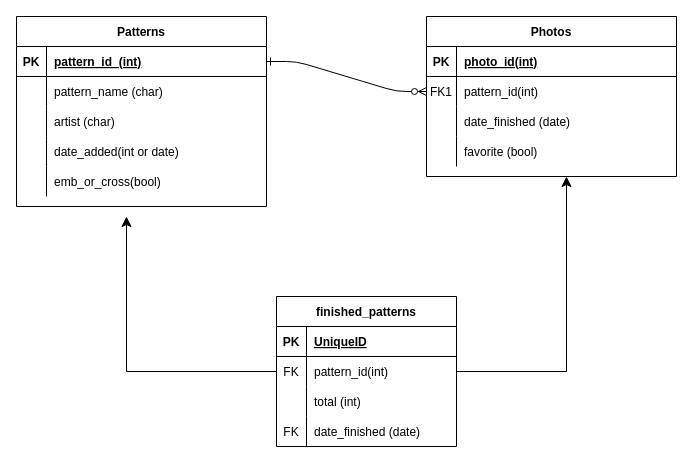
mfgreen42/StitchKeeper_Capstone keeps this draw.io diagram as StitchKeeper.drawio. Above is the earlier version. Source tidied: cells renumbered, new cells numbered last; positions are measured from the earlier drawing's top-left corner, leaving out a move shared by most shapes. Both pictures are drawn from the tidied source at 100%, with x=0, y=0 at pixel (16, 16).
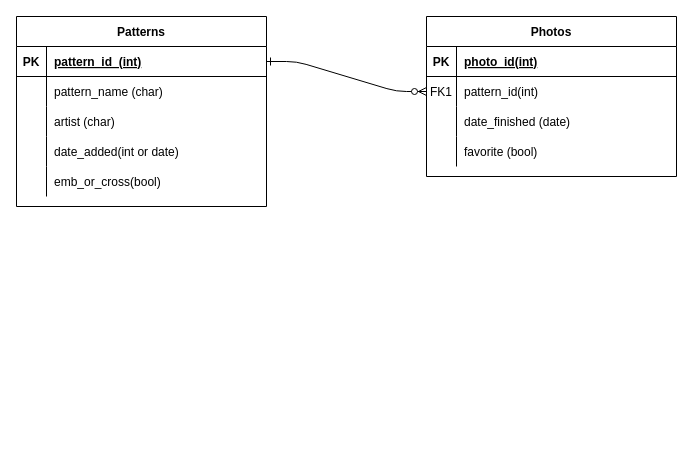
Above is the later version.

Diff of the diagram source:
```diff
@@
-    <mxCell id="32" value="finished_patterns" style="shape=table;startSize=30;childLayout=tableLayout;rowLines=0;fontStyle=1;align=center;" parent="1" vertex="1">
-      <mxGeometry x="260" y="280" width="180" height="150" as="geometry" />
-    </mxCell>
-    <mxCell id="33" style="shape=tableRow;horizontal=0;startSize=0;swimlaneHead=0;swimlaneBody=0;fillColor=none;top=0;left=0;right=0;bottom=1;" parent="32" vertex="1">
-      <mxGeometry y="30" width="180" height="30" as="geometry" />
-    </mxCell>
-    <mxCell id="34" value="PK" style="shape=partialRectangle;fillColor=none;top=0;left=0;bottom=0;right=0;fontStyle=1;overflow=hidden;" parent="33" vertex="1">
-      <mxGeometry width="30" height="30" as="geometry" />
-    </mxCell>
-    <mxCell id="35" value="UniqueID" style="shape=partialRectangle;fillColor=none;top=0;left=0;bottom=0;right=0;align=left;spacingLeft=6;fontStyle=5;overflow=hidden;" parent="33" vertex="1">
-      <mxGeometry x="30" width="150" height="30" as="geometry" />
-    </mxCell>
-    <mxCell id="36" style="shape=tableRow;horizontal=0;startSize=0;swimlaneHead=0;swimlaneBody=0;fillColor=none;points=[[0,0.5],[1,0.5]];portConstraint=eastwest;top=0;left=0;right=0;bottom=0;" parent="32" vertex="1">
-      <mxGeometry y="60" width="180" height="30" as="geometry" />
-    </mxCell>
-    <mxCell id="37" value="FK" style="shape=partialRectangle;fillColor=none;top=0;left=0;bottom=0;right=0;overflow=hidden;" parent="36" vertex="1">
-      <mxGeometry width="30" height="30" as="geometry" />
-    </mxCell>
-    <mxCell id="38" value="pattern_id(int)" style="shape=partialRectangle;fillColor=none;top=0;left=0;bottom=0;right=0;align=left;spacingLeft=6;overflow=hidden;" parent="36" vertex="1">
-      <mxGeometry x="30" width="150" height="30" as="geometry" />
-    </mxCell>
-    <mxCell id="39" style="shape=tableRow;horizontal=0;startSize=0;swimlaneHead=0;swimlaneBody=0;fillColor=none;top=0;left=0;right=0;bottom=0;" parent="32" vertex="1">
-      <mxGeometry y="90" width="180" height="30" as="geometry" />
-    </mxCell>
-    <mxCell id="40" style="shape=partialRectangle;fillColor=none;top=0;left=0;bottom=0;right=0;overflow=hidden;" parent="39" vertex="1">
-      <mxGeometry width="30" height="30" as="geometry" />
-    </mxCell>
-    <mxCell id="41" value="total (int)" style="shape=partialRectangle;fillColor=none;top=0;left=0;bottom=0;right=0;align=left;spacingLeft=6;overflow=hidden;" parent="39" vertex="1">
-      <mxGeometry x="30" width="150" height="30" as="geometry" />
-    </mxCell>
-    <mxCell id="42" style="shape=tableRow;horizontal=0;startSize=0;swimlaneHead=0;swimlaneBody=0;fillColor=none;top=0;left=0;right=0;bottom=0;" parent="32" vertex="1">
-      <mxGeometry y="120" width="180" height="30" as="geometry" />
-    </mxCell>
-    <mxCell id="43" value="FK" style="shape=partialRectangle;fillColor=none;top=0;left=0;bottom=0;right=0;overflow=hidden;" parent="42" vertex="1">
-      <mxGeometry width="30" height="30" as="geometry" />
-    </mxCell>
-    <mxCell id="44" value="date_finished (date)" style="shape=partialRectangle;fillColor=none;top=0;left=0;bottom=0;right=0;align=left;spacingLeft=6;overflow=hidden;" parent="42" vertex="1">
-      <mxGeometry x="30" width="150" height="30" as="geometry" />
-    </mxCell>
-    <mxCell id="45" style="edgeStyle=segmentEdgeStyle;endArrow=classic;html=1;curved=0;rounded=0;endSize=8;startSize=8;exitX=1;exitY=0.5;exitDx=0;exitDy=0;" parent="1" edge="1" source="36">
-      <mxGeometry relative="1" as="geometry">
-        <mxPoint x="550" y="160" as="targetPoint" />
-      </mxGeometry>
-    </mxCell>
-    <mxCell id="46" style="edgeStyle=segmentEdgeStyle;endArrow=classic;html=1;curved=0;rounded=0;endSize=8;startSize=8;exitX=0;exitY=0.5;exitDx=0;exitDy=0;" parent="1" edge="1" source="36">
-      <mxGeometry relative="1" as="geometry">
-        <mxPoint x="110" y="200" as="targetPoint" />
-      </mxGeometry>
-    </mxCell>
```
